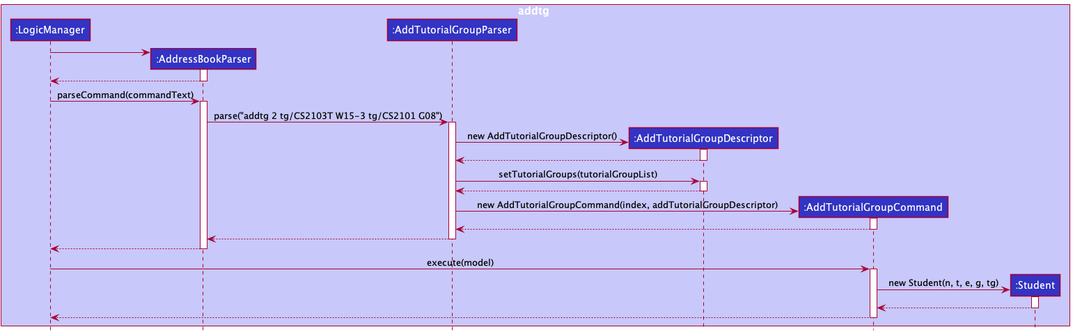
Earlier version of the PlantUML export docs/images/AddTutorialGroupSequenceDiagram.png (vanessaxuuan/tp).
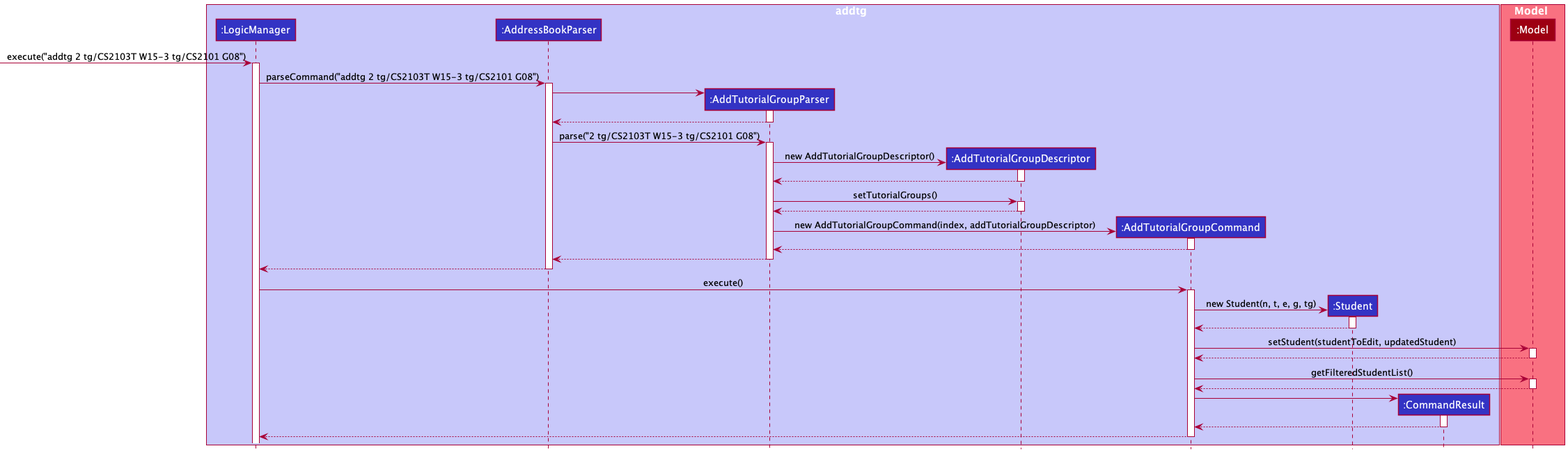
Later version of the same file.

Commit message:
Update AddTutorialGroupSequenceDiagram diagram

What changed in the source:
```diff
@@ -8,19 +8,25 @@
 participant ":AddTutorialGroupDescriptor" as AddTutorialGroupDescriptor LOGIC_COLOR
 participant ":AddTutorialGroupCommand" as AddTutorialGroupCommand LOGIC_COLOR
 participant ":Student" as Student LOGIC_COLOR
+participant ":CommandResult" as CommandResult LOGIC_COLOR
 end box
 
-create AddressBookParser
-LogicManager -> AddressBookParser
+box Model MODEL_COLOR_T1
+participant ":Model" as Model MODEL_COLOR
+end box
+
+ -> LogicManager : execute("addtg 2 tg/CS2103T W15-3 tg/CS2101 G08")
+activate LogicManager
+LogicManager -> AddressBookParser : parseCommand("addtg 2 tg/CS2103T W15-3 tg/CS2101 G08")
 activate AddressBookParser
 
-AddressBookParser --> LogicManager
-deactivate AddressBookParser
+create AddTutorialGroupParser
+AddressBookParser -> AddTutorialGroupParser
+activate AddTutorialGroupParser
+AddTutorialGroupParser --> AddressBookParser
+deactivate AddTutorialGroupParser
 
-LogicManager -> AddressBookParser : parseCommand(commandText)
-activate AddressBookParser
-
-AddressBookParser -> AddTutorialGroupParser : parse("addtg 2 tg/CS2103T W15-3 tg/CS2101 G08")
+AddressBookParser -> AddTutorialGroupParser : parse("2 tg/CS2103T W15-3 tg/CS2101 G08")
 activate AddTutorialGroupParser
 
 create AddTutorialGroupDescriptor
@@ -30,7 +36,7 @@
 AddTutorialGroupDescriptor --> AddTutorialGroupParser
 deactivate AddTutorialGroupDescriptor
 
-AddTutorialGroupParser -> AddTutorialGroupDescriptor : setTutorialGroups(tutorialGroupList)
+AddTutorialGroupParser -> AddTutorialGroupDescriptor : setTutorialGroups()
 activate AddTutorialGroupDescriptor
 
 AddTutorialGroupDescriptor --> AddTutorialGroupParser
@@ -49,7 +55,7 @@
 AddressBookParser --> LogicManager
 deactivate AddressBookParser
 
-LogicManager -> AddTutorialGroupCommand : execute(model)
+LogicManager -> AddTutorialGroupCommand : execute()
 activate AddTutorialGroupCommand
 
 create Student
@@ -59,6 +65,23 @@
 Student --> AddTutorialGroupCommand
 deactivate Student
 
+AddTutorialGroupCommand -> Model : setStudent(studentToEdit, updatedStudent)
+activate Model
+Model --> AddTutorialGroupCommand
+deactivate Model
+
+AddTutorialGroupCommand -> Model : getFilteredStudentList()
+activate Model
+Model --> AddTutorialGroupCommand
+deactivate Model
+
+create CommandResult
+AddTutorialGroupCommand -> CommandResult
+activate CommandResult
+
+CommandResult --> AddTutorialGroupCommand
+deactivate CommandResult
+
 AddTutorialGroupCommand --> LogicManager
 deactivate AddTutorialGroupCommand
 @enduml
```
